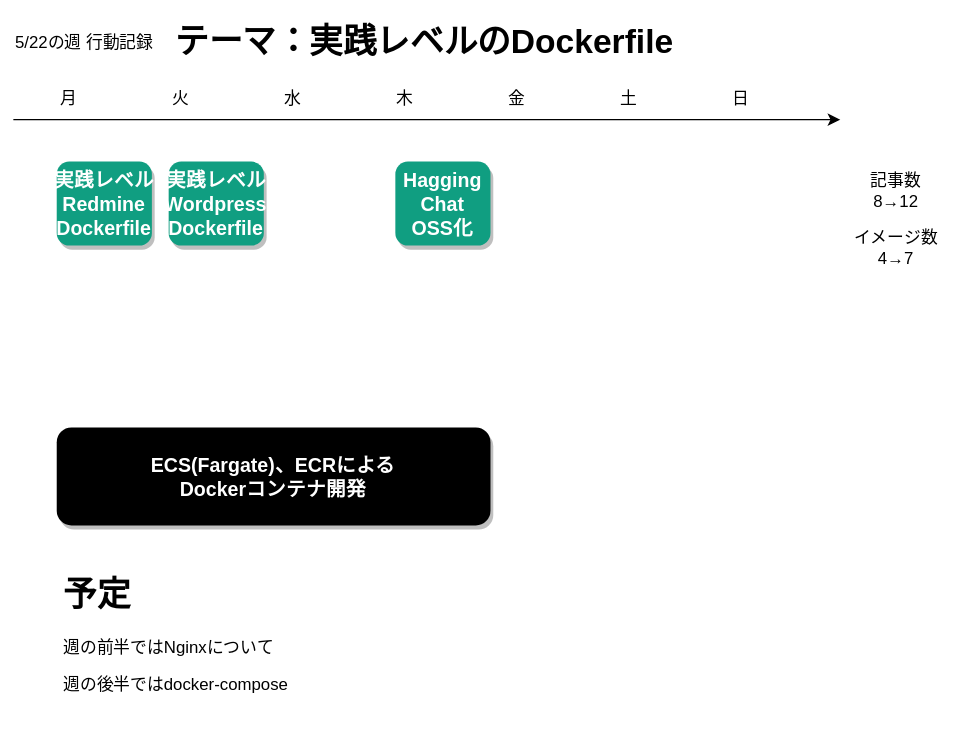
This is 人生設計-20230522.drawio.svg from minegishirei/draw_v1, a draw.io export, as it was before one commit. Source tidied: cells renumbered, new cells last; positions are measured from the earlier drawing's top-left corner, leaving out a move shared by most shapes.
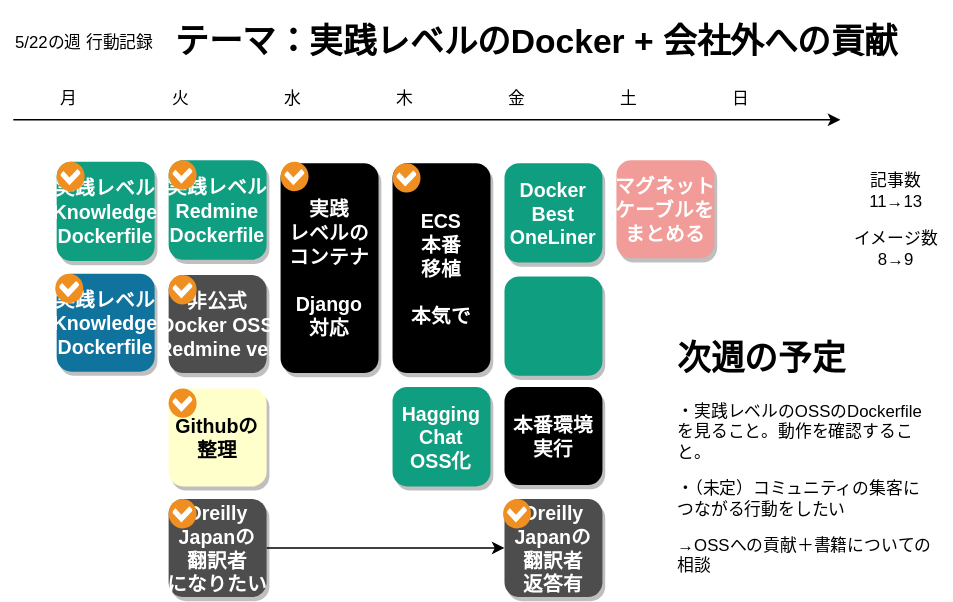
Later version of the same file.

Commit message:
人生設計-20230522.drawio.svg を追加しました。

The edit, as a diff of the source:
```diff
@@ -2,8 +2,8 @@
   <root>
     <mxCell id="0" />
     <mxCell id="1" parent="0" />
-    <mxCell id="2" value="実践レベル&#10;Redmine&#10;Dockerfile" style="rounded=1;fillColor=#109e81;strokeColor=none;shadow=1;gradientColor=none;fontStyle=1;fontColor=#FFFFFF;fontSize=14;" parent="1" vertex="1">
-      <mxGeometry x="40" y="105" width="68" height="60" as="geometry" />
+    <mxCell id="2" value="実践レベル&#10;Knowledge&#10;Dockerfile" style="rounded=1;fillColor=#109e81;strokeColor=none;shadow=1;gradientColor=none;fontStyle=1;fontColor=#FFFFFF;fontSize=14;" parent="1" vertex="1">
+      <mxGeometry x="40" y="105" width="70" height="71" as="geometry" />
     </mxCell>
     <mxCell id="3" value="火" style="text;html=1;strokeColor=none;fillColor=none;align=center;verticalAlign=middle;whiteSpace=wrap;rounded=0;" parent="1" vertex="1">
       <mxGeometry x="99" y="45" width="60" height="30" as="geometry" />
@@ -32,29 +32,89 @@
         <mxPoint x="600" y="75" as="targetPoint" />
       </mxGeometry>
     </mxCell>
-    <mxCell id="11" value="ECS(Fargate)、ECRによる&#10;Dockerコンテナ開発" style="rounded=1;fillColor=#000000;strokeColor=none;shadow=1;gradientColor=none;fontStyle=1;fontColor=#FFFFFF;fontSize=14;" parent="1" vertex="1">
-      <mxGeometry x="40" y="295" width="310" height="70" as="geometry" />
+    <mxCell id="11" value="実践&#10;レベルの&#10;コンテナ&#10;&#10;Django&#10;対応" style="rounded=1;fillColor=#000000;strokeColor=none;shadow=1;gradientColor=none;fontStyle=1;fontColor=#FFFFFF;fontSize=14;" parent="1" vertex="1">
+      <mxGeometry x="200" y="106" width="70" height="150" as="geometry" />
     </mxCell>
     <mxCell id="12" value="5/22の週 行動記録" style="text;html=1;strokeColor=none;fillColor=none;align=center;verticalAlign=middle;whiteSpace=wrap;rounded=0;" parent="1" vertex="1">
       <mxGeometry y="5" width="120" height="30" as="geometry" />
     </mxCell>
-    <mxCell id="13" value="&lt;h1&gt;予定&lt;/h1&gt;&lt;p&gt;週の前半ではNginxについて&lt;/p&gt;&lt;p&gt;週の後半ではdocker-compose&lt;/p&gt;" style="text;html=1;strokeColor=none;fillColor=none;spacing=5;spacingTop=-20;whiteSpace=wrap;overflow=hidden;rounded=0;" parent="1" vertex="1">
-      <mxGeometry x="40" y="395" width="190" height="120" as="geometry" />
-    </mxCell>
-    <mxCell id="14" value="&lt;h1&gt;テーマ：実践レベルのDockerfile&lt;/h1&gt;" style="text;html=1;strokeColor=none;fillColor=none;spacing=5;spacingTop=-20;whiteSpace=wrap;overflow=hidden;rounded=0;" parent="1" vertex="1">
-      <mxGeometry x="120" width="480" height="40" as="geometry" />
+    <mxCell id="14" value="&lt;h1&gt;テーマ：実践レベルのDocker + 会社外への貢献&lt;/h1&gt;" style="text;html=1;strokeColor=none;fillColor=none;spacing=5;spacingTop=-20;whiteSpace=wrap;overflow=hidden;rounded=0;" parent="1" vertex="1">
+      <mxGeometry x="120" width="550" height="40" as="geometry" />
     </mxCell>
-    <mxCell id="15" value="記事数&lt;br&gt;8→12" style="text;html=1;strokeColor=none;fillColor=none;align=center;verticalAlign=middle;whiteSpace=wrap;rounded=0;" parent="1" vertex="1">
+    <mxCell id="15" value="記事数&lt;br&gt;11→13" style="text;html=1;strokeColor=none;fillColor=none;align=center;verticalAlign=middle;whiteSpace=wrap;rounded=0;" parent="1" vertex="1">
       <mxGeometry x="600" y="105" width="80" height="41" as="geometry" />
     </mxCell>
-    <mxCell id="16" value="イメージ数&lt;br&gt;4→7" style="text;html=1;strokeColor=none;fillColor=none;align=center;verticalAlign=middle;whiteSpace=wrap;rounded=0;" parent="1" vertex="1">
+    <mxCell id="16" value="イメージ数&lt;br&gt;8→9" style="text;html=1;strokeColor=none;fillColor=none;align=center;verticalAlign=middle;whiteSpace=wrap;rounded=0;" parent="1" vertex="1">
       <mxGeometry x="600" y="146" width="80" height="41" as="geometry" />
     </mxCell>
-    <mxCell id="17" value="実践レベル&#10;Wordpress&#10;Dockerfile" style="rounded=1;fillColor=#109e81;strokeColor=none;shadow=1;gradientColor=none;fontStyle=1;fontColor=#FFFFFF;fontSize=14;" parent="1" vertex="1">
-      <mxGeometry x="120" y="105" width="68" height="60" as="geometry" />
-    </mxCell>
     <mxCell id="18" value="Hagging&#10;Chat&#10;OSS化" style="rounded=1;fillColor=#109e81;strokeColor=none;shadow=1;gradientColor=none;fontStyle=1;fontColor=#FFFFFF;fontSize=14;" parent="1" vertex="1">
-      <mxGeometry x="282" y="105" width="68" height="60" as="geometry" />
+      <mxGeometry x="280" y="266" width="70" height="71" as="geometry" />
     </mxCell>
+    <mxCell id="19" value="実践レベル&#10;Redmine&#10;Dockerfile" style="rounded=1;fillColor=#109e81;strokeColor=none;shadow=1;gradientColor=none;fontStyle=1;fontColor=#FFFFFF;fontSize=14;" parent="1" vertex="1">
+      <mxGeometry x="120" y="104" width="70" height="71" as="geometry" />
+    </mxCell>
+    <mxCell id="20" value="実践レベル&#10;Knowledge&#10;Dockerfile" style="rounded=1;fillColor=#10739E;strokeColor=none;shadow=1;gradientColor=none;fontStyle=1;fontColor=#FFFFFF;fontSize=14;" parent="1" vertex="1">
+      <mxGeometry x="40" y="185" width="70" height="70" as="geometry" />
+    </mxCell>
+    <mxCell id="21" value="&lt;h1&gt;次週の予定&lt;/h1&gt;&lt;p&gt;・実践レベルのOSSのDockerfileを見ること。動作を確認すること。&lt;/p&gt;&lt;p&gt;・（未定）コミュニティの集客につながる行動をしたい&lt;/p&gt;&lt;p&gt;→OSSへの貢献＋書籍についての相談&lt;/p&gt;" style="text;html=1;strokeColor=none;fillColor=none;spacing=5;spacingTop=-20;whiteSpace=wrap;overflow=hidden;rounded=0;" parent="1" vertex="1">
+      <mxGeometry x="479" y="226" width="190" height="190" as="geometry" />
+    </mxCell>
+    <mxCell id="22" value="非公式&#10;Docker OSS&#10;Redmine ver" style="rounded=1;fillColor=#4D4D4D;strokeColor=none;shadow=1;gradientColor=none;fontStyle=1;fontColor=#FFFFFF;fontSize=14;" parent="1" vertex="1">
+      <mxGeometry x="120" y="186" width="70" height="70" as="geometry" />
+    </mxCell>
+    <mxCell id="23" style="edgeStyle=orthogonalEdgeStyle;rounded=0;jettySize=auto;html=1;exitX=1;exitY=0.5;exitDx=0;exitDy=0;entryX=0;entryY=0.5;entryDx=0;entryDy=0;" parent="1" edge="1" source="24" target="39">
+      <mxGeometry relative="1" as="geometry" />
+    </mxCell>
+    <mxCell id="24" value="Oreilly&#10;Japanの&#10;翻訳者&#10;になりたい" style="rounded=1;fillColor=#4D4D4D;strokeColor=none;shadow=1;gradientColor=none;fontStyle=1;fontColor=#FFFFFF;fontSize=14;" parent="1" vertex="1">
+      <mxGeometry x="120" y="346" width="70" height="70" as="geometry" />
+    </mxCell>
+    <mxCell id="25" style="shadow=0;dashed=0;html=1;strokeColor=none;fillColor=#EF8F21;labelPosition=center;verticalLabelPosition=bottom;verticalAlign=top;align=center;shape=mxgraph.veeam.checked;" parent="1" vertex="1">
+      <mxGeometry x="40" y="105" width="20" height="21" as="geometry" />
+    </mxCell>
+    <mxCell id="26" style="shadow=0;dashed=0;html=1;strokeColor=none;fillColor=#EF8F21;labelPosition=center;verticalLabelPosition=bottom;verticalAlign=top;align=center;shape=mxgraph.veeam.checked;" parent="1" vertex="1">
+      <mxGeometry x="39" y="185" width="20" height="21" as="geometry" />
+    </mxCell>
+    <mxCell id="27" style="shadow=0;dashed=0;html=1;strokeColor=none;fillColor=#EF8F21;labelPosition=center;verticalLabelPosition=bottom;verticalAlign=top;align=center;shape=mxgraph.veeam.checked;" parent="1" vertex="1">
+      <mxGeometry x="120" y="104" width="20" height="21" as="geometry" />
+    </mxCell>
+    <mxCell id="28" style="shadow=0;dashed=0;html=1;strokeColor=none;fillColor=#EF8F21;labelPosition=center;verticalLabelPosition=bottom;verticalAlign=top;align=center;shape=mxgraph.veeam.checked;" parent="1" vertex="1">
+      <mxGeometry x="120" y="186" width="20" height="21" as="geometry" />
+    </mxCell>
+    <mxCell id="29" style="shadow=0;dashed=0;html=1;strokeColor=none;fillColor=#EF8F21;labelPosition=center;verticalLabelPosition=bottom;verticalAlign=top;align=center;shape=mxgraph.veeam.checked;" parent="1" vertex="1">
+      <mxGeometry x="120" y="346" width="20" height="21" as="geometry" />
+    </mxCell>
+    <mxCell id="30" value="Githubの&#10;整理" style="rounded=1;fillColor=#FFFFCC;strokeColor=none;shadow=1;gradientColor=none;fontStyle=1;fontColor=#black;fontSize=14;" parent="1" vertex="1">
+      <mxGeometry x="120" y="267" width="70" height="70" as="geometry" />
+    </mxCell>
+    <mxCell id="31" style="shadow=0;dashed=0;html=1;strokeColor=none;fillColor=#EF8F21;labelPosition=center;verticalLabelPosition=bottom;verticalAlign=top;align=center;shape=mxgraph.veeam.checked;" parent="1" vertex="1">
+      <mxGeometry x="120" y="267" width="20" height="21" as="geometry" />
+    </mxCell>
+    <mxCell id="32" value="マグネット&#10;ケーブルを&#10;まとめる" style="rounded=1;fillColor=#F19C99;strokeColor=none;shadow=1;gradientColor=none;fontStyle=1;fontColor=#FFFFFF;fontSize=14;" parent="1" vertex="1">
+      <mxGeometry x="440" y="104" width="70" height="70" as="geometry" />
+    </mxCell>
+    <mxCell id="33" style="shadow=0;dashed=0;html=1;strokeColor=none;fillColor=#EF8F21;labelPosition=center;verticalLabelPosition=bottom;verticalAlign=top;align=center;shape=mxgraph.veeam.checked;" parent="1" vertex="1">
+      <mxGeometry x="200" y="105" width="20" height="21" as="geometry" />
+    </mxCell>
+    <mxCell id="34" value="ECS&#10;本番&#10;移植&#10;&#10;本気で" style="rounded=1;fillColor=#000000;strokeColor=none;shadow=1;gradientColor=none;fontStyle=1;fontColor=#FFFFFF;fontSize=14;" parent="1" vertex="1">
+      <mxGeometry x="280" y="106" width="70" height="150" as="geometry" />
+    </mxCell>
+    <mxCell id="35" style="shadow=0;dashed=0;html=1;strokeColor=none;fillColor=#EF8F21;labelPosition=center;verticalLabelPosition=bottom;verticalAlign=top;align=center;shape=mxgraph.veeam.checked;" parent="1" vertex="1">
+      <mxGeometry x="280" y="106" width="20" height="21" as="geometry" />
+    </mxCell>
+    <mxCell id="36" value="Docker&#10;Best&#10;OneLiner" style="rounded=1;fillColor=#109e81;strokeColor=none;shadow=1;gradientColor=none;fontStyle=1;fontColor=#FFFFFF;fontSize=14;" parent="1" vertex="1">
+      <mxGeometry x="360" y="106" width="70" height="71" as="geometry" />
+    </mxCell>
+    <mxCell id="37" style="rounded=1;fillColor=#109e81;strokeColor=none;shadow=1;gradientColor=none;fontStyle=1;fontColor=#FFFFFF;fontSize=14;" parent="1" vertex="1">
+      <mxGeometry x="360" y="187" width="70" height="71" as="geometry" />
+    </mxCell>
+    <mxCell id="38" value="本番環境&#10;実行" style="rounded=1;fillColor=#000000;strokeColor=none;shadow=1;gradientColor=none;fontStyle=1;fontColor=#FFFFFF;fontSize=14;" parent="1" vertex="1">
+      <mxGeometry x="360" y="266" width="70" height="70" as="geometry" />
+    </mxCell>
+    <mxCell id="39" value="Oreilly&#10;Japanの&#10;翻訳者&#10;返答有" style="rounded=1;fillColor=#4D4D4D;strokeColor=none;shadow=1;gradientColor=none;fontStyle=1;fontColor=#FFFFFF;fontSize=14;" parent="1" vertex="1">
+      <mxGeometry x="360" y="346" width="70" height="70" as="geometry" />
+    </mxCell>
+    <mxCell id="40" style="shadow=0;dashed=0;html=1;strokeColor=none;fillColor=#EF8F21;labelPosition=center;verticalLabelPosition=bottom;verticalAlign=top;align=center;shape=mxgraph.veeam.checked;" parent="1" vertex="1">
+      <mxGeometry x="359" y="346" width="20" height="21" as="geometry" />
+    </mxCell>
   </root>
 </mxGraphModel>
```
